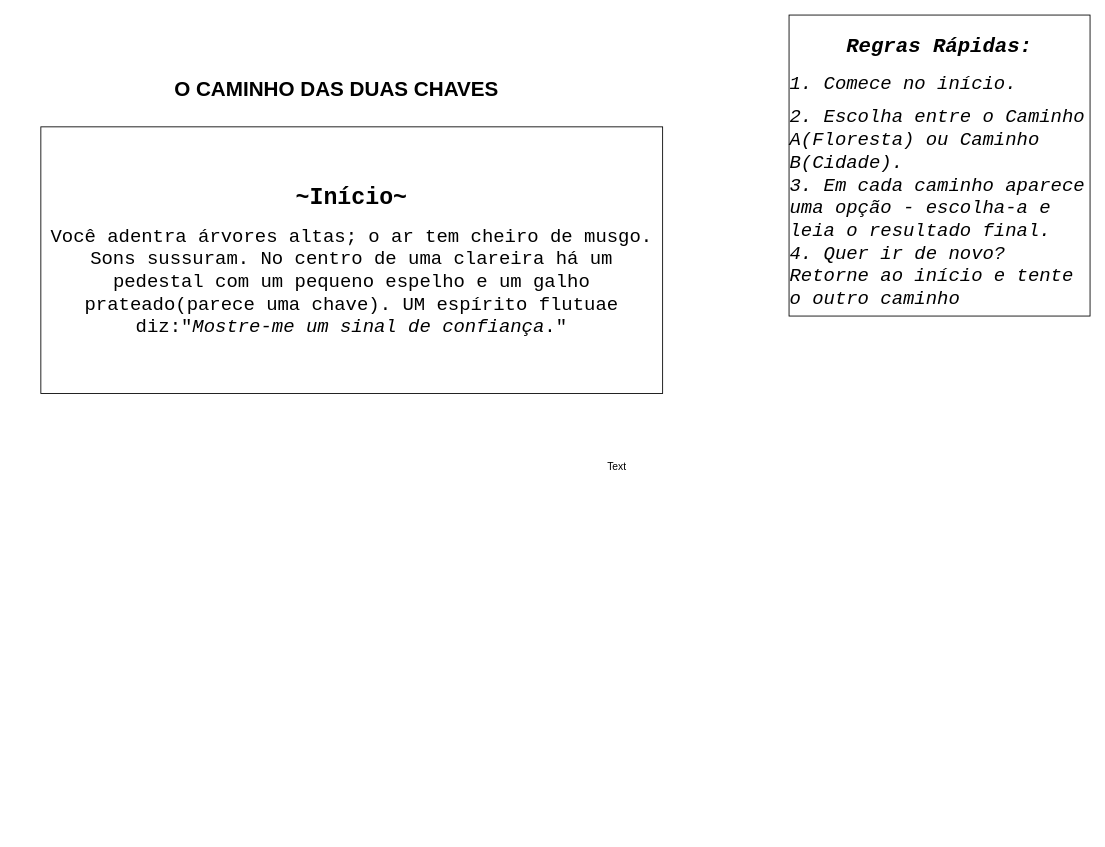
Earlier version of the draw.io diagram info.drawio (Paula-Machado7/o-caminho-das-duas-chaves). Source tidied: cells renumbered, new cells numbered last; positions are measured from the earlier drawing's top-left corner, leaving out a move shared by most shapes. Both pictures are drawn from the tidied source at 86%, with x=0, y=0 at pixel (40, 15).
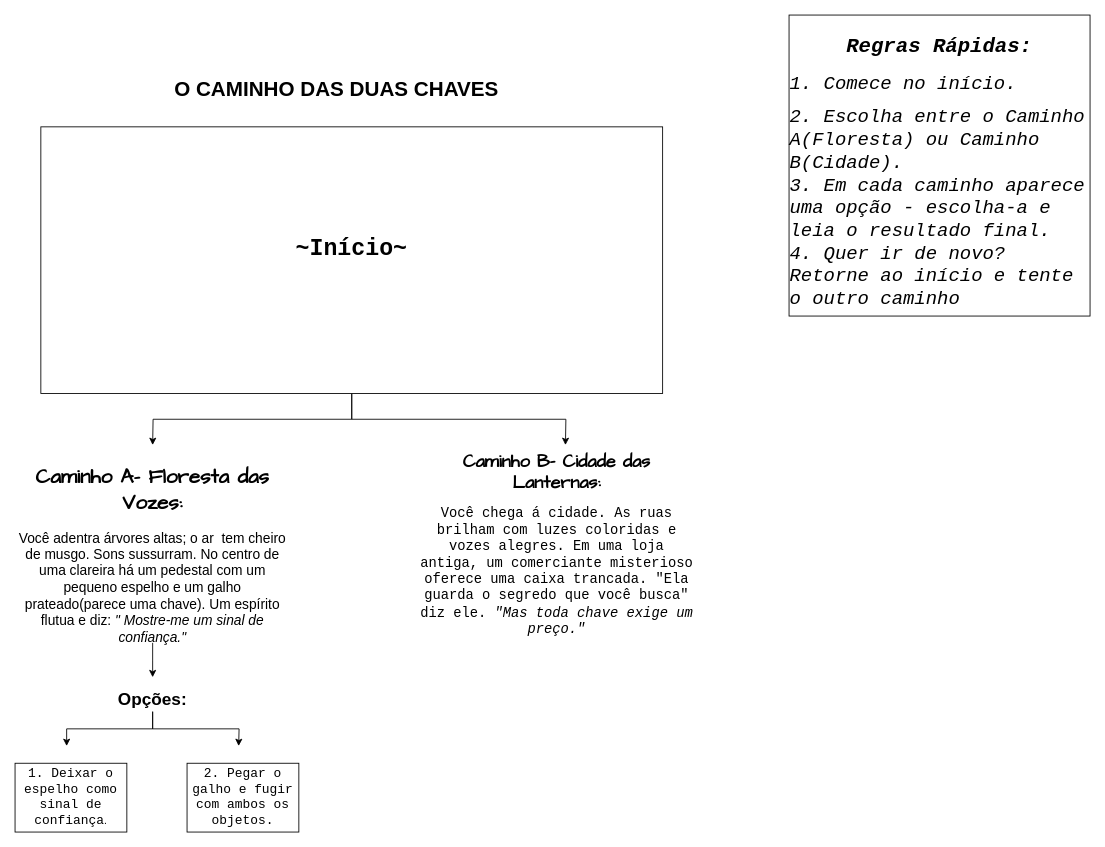
Above is the later version.

Diff of the diagram source:
```diff
@@
-    <mxCell id="4" value="Text" style="text;html=1;whiteSpace=wrap;strokeColor=none;fillColor=none;align=center;verticalAlign=middle;rounded=0;" parent="1" vertex="1">
-      <mxGeometry x="640" y="510" width="60" height="30" as="geometry" />
-    </mxCell>
+    <mxCell id="6" style="edgeStyle=orthogonalEdgeStyle;rounded=0;jettySize=auto;html=1;" parent="1" edge="1" source="5">
+      <mxGeometry relative="1" as="geometry">
+        <mxPoint x="130" y="500" as="targetPoint" />
+      </mxGeometry>
+    </mxCell>
+    <mxCell id="7" style="edgeStyle=orthogonalEdgeStyle;rounded=0;jettySize=auto;html=1;exitX=0.5;exitY=1;exitDx=0;exitDy=0;" parent="1" edge="1" source="5">
+      <mxGeometry relative="1" as="geometry">
+        <mxPoint x="610" y="500" as="targetPoint" />
+      </mxGeometry>
+    </mxCell>
-    <mxCell id="5" value="&lt;h1&gt;&lt;font face=&quot;Courier New&quot; style=&quot;font-size: 27px;&quot;&gt;~Início~&lt;/font&gt;&lt;/h1&gt;&lt;p&gt;&lt;font style=&quot;font-size: 22px;&quot; face=&quot;Courier New&quot;&gt;Você adentra árvores altas; o ar tem cheiro de musgo. Sons sussuram. No centro de uma clareira há um pedestal com um pequeno espelho e um galho prateado(parece uma chave). UM espírito flutuae diz:&quot;&lt;i&gt;Mostre-me um sinal de confiança&lt;/i&gt;.&quot;&lt;/font&gt;&lt;/p&gt;" style="rounded=0;whiteSpace=wrap;html=1;align=center;" parent="1" vertex="1">
+    <mxCell id="5" value="&lt;h1&gt;&lt;font face=&quot;Courier New&quot; style=&quot;font-size: 27px;&quot;&gt;~Início~&lt;/font&gt;&lt;/h1&gt;&lt;p&gt;&lt;br&gt;&lt;/p&gt;" style="rounded=0;whiteSpace=wrap;html=1;align=center;" parent="1" vertex="1">
       <mxGeometry y="130" width="723" height="310" as="geometry" />
     </mxCell>
+    <mxCell id="8" style="edgeStyle=orthogonalEdgeStyle;rounded=0;jettySize=auto;html=1;" parent="1" edge="1" source="9">
+      <mxGeometry relative="1" as="geometry">
+        <mxPoint x="130" y="770" as="targetPoint" />
+      </mxGeometry>
+    </mxCell>
+    <mxCell id="9" value="&lt;h1&gt;&lt;font face=&quot;Comic Sans MS&quot;&gt;Caminho A- Floresta das Vozes:&lt;/font&gt;&lt;/h1&gt;&lt;p&gt;&lt;font style=&quot;font-size: 16px;&quot;&gt;Você adentra árvores altas; o ar&amp;nbsp; tem cheiro de musgo. Sons sussurram. No centro de uma clareira há um pedestal com um pequeno espelho e um galho prateado(parece uma chave). Um espírito flutua e diz: &lt;i&gt;&quot; Mostre-me um sinal de confiança.&quot;&lt;/i&gt;&lt;/font&gt;&lt;/p&gt;" style="text;html=1;whiteSpace=wrap;overflow=hidden;rounded=0;align=center;" parent="1" vertex="1">
+      <mxGeometry x="-30" y="500" width="320" height="230" as="geometry" />
+    </mxCell>
+    <mxCell id="10" value="&lt;h3 style=&quot;margin-top: 0px;&quot;&gt;&lt;font face=&quot;Comic Sans MS&quot; style=&quot;font-size: 21px;&quot;&gt;Caminho B- Cidade das Lanternas:&lt;/font&gt;&lt;/h3&gt;&lt;div&gt;&lt;font style=&quot;font-size: 16px;&quot; face=&quot;Courier New&quot;&gt;Você chega á cidade. As ruas brilham com luzes coloridas e vozes alegres. Em uma loja antiga, um comerciante misterioso oferece uma caixa trancada. &quot;Ela guarda o segredo que você busca&quot; diz ele. &lt;i&gt;&quot;Mas toda chave exige um preço.&quot;&lt;/i&gt;&lt;/font&gt;&lt;/div&gt;" style="text;html=1;whiteSpace=wrap;overflow=hidden;rounded=0;align=center;" parent="1" vertex="1">
+      <mxGeometry x="440" y="500" width="320" height="230" as="geometry" />
+    </mxCell>
+    <mxCell id="11" style="edgeStyle=orthogonalEdgeStyle;rounded=0;jettySize=auto;html=1;" parent="1" edge="1" source="13">
+      <mxGeometry relative="1" as="geometry">
+        <mxPoint x="30" y="850" as="targetPoint" />
+        <Array as="points">
+          <mxPoint x="130" y="830" />
+          <mxPoint x="30" y="830" />
+        </Array>
+      </mxGeometry>
+    </mxCell>
+    <mxCell id="12" style="edgeStyle=orthogonalEdgeStyle;rounded=0;jettySize=auto;html=1;" parent="1" edge="1" source="13">
+      <mxGeometry relative="1" as="geometry">
+        <mxPoint x="230" y="850" as="targetPoint" />
+      </mxGeometry>
+    </mxCell>
+    <mxCell id="13" value="&lt;h3&gt;&lt;font style=&quot;font-size: 20px;&quot;&gt;Opções:&lt;/font&gt;&lt;/h3&gt;" style="text;html=1;whiteSpace=wrap;strokeColor=none;fillColor=none;align=center;verticalAlign=middle;rounded=0;" parent="1" vertex="1">
+      <mxGeometry x="20" y="780" width="220" height="30" as="geometry" />
+    </mxCell>
+    <mxCell id="14" style="edgeStyle=orthogonalEdgeStyle;rounded=0;orthogonalLoop=1;jettySize=auto;html=1;exitX=0.5;exitY=1;exitDx=0;exitDy=0;" parent="1" edge="1" source="13" target="13">
+      <mxGeometry relative="1" as="geometry" />
+    </mxCell>
+    <mxCell id="15" value="&lt;font style=&quot;font-size: 15px;&quot; face=&quot;Courier New&quot;&gt;1. Deixar o espelho como sinal de confiança&lt;/font&gt;." style="rounded=0;whiteSpace=wrap;html=1;" parent="1" vertex="1">
+      <mxGeometry x="-30" y="870" width="130" height="80" as="geometry" />
+    </mxCell>
+    <mxCell id="16" value="&lt;font style=&quot;font-size: 15px;&quot; face=&quot;Courier New&quot;&gt;2. Pegar o galho e fugir com ambos os objetos.&lt;/font&gt;" style="rounded=0;whiteSpace=wrap;html=1;" parent="1" vertex="1">
+      <mxGeometry x="170" y="870" width="130" height="80" as="geometry" />
+    </mxCell>
```
